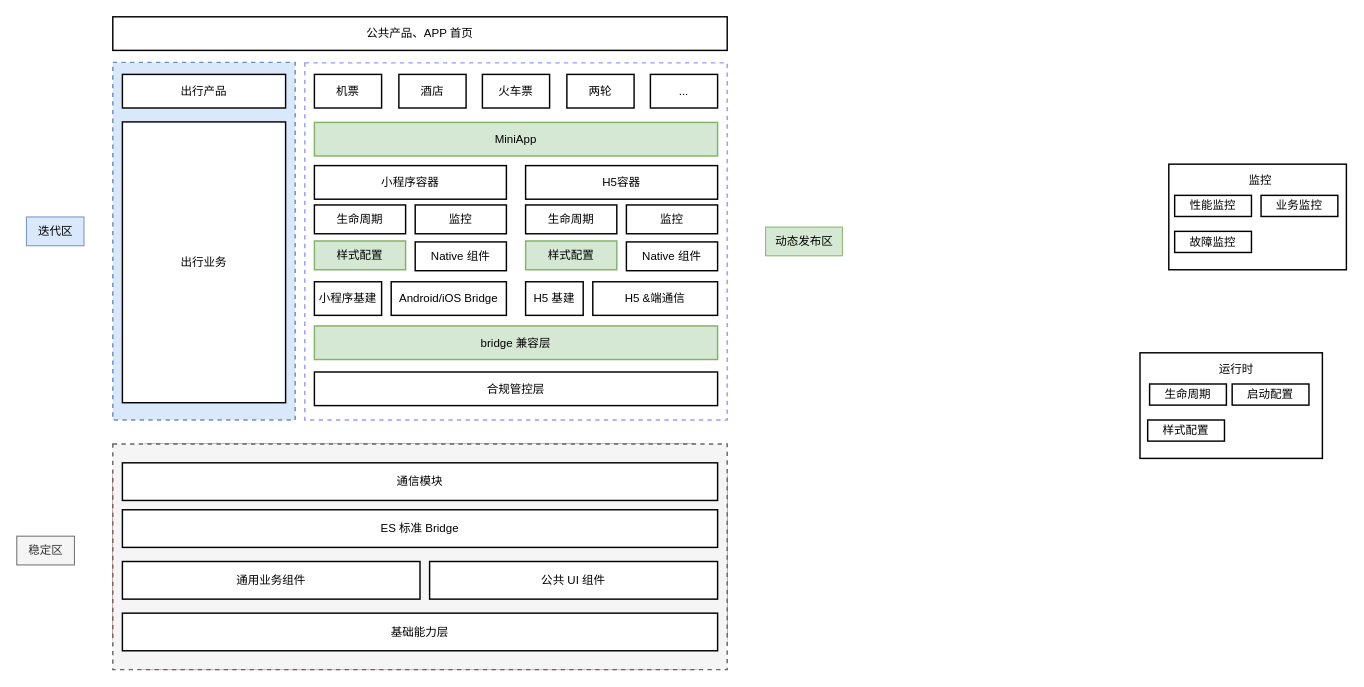
This is page "架构全景图" (3 of 4) of 未命名绘图.drawio from ashen-23/DrawIORepo, a draw.io file, before an edit. Source tidied: cells renumbered, new cells numbered last; positions are measured from the earlier drawing's top-left corner, leaving out a move shared by most shapes. Both pictures are drawn from the tidied source at 96%, with x=0, y=0 at pixel (16, 16).
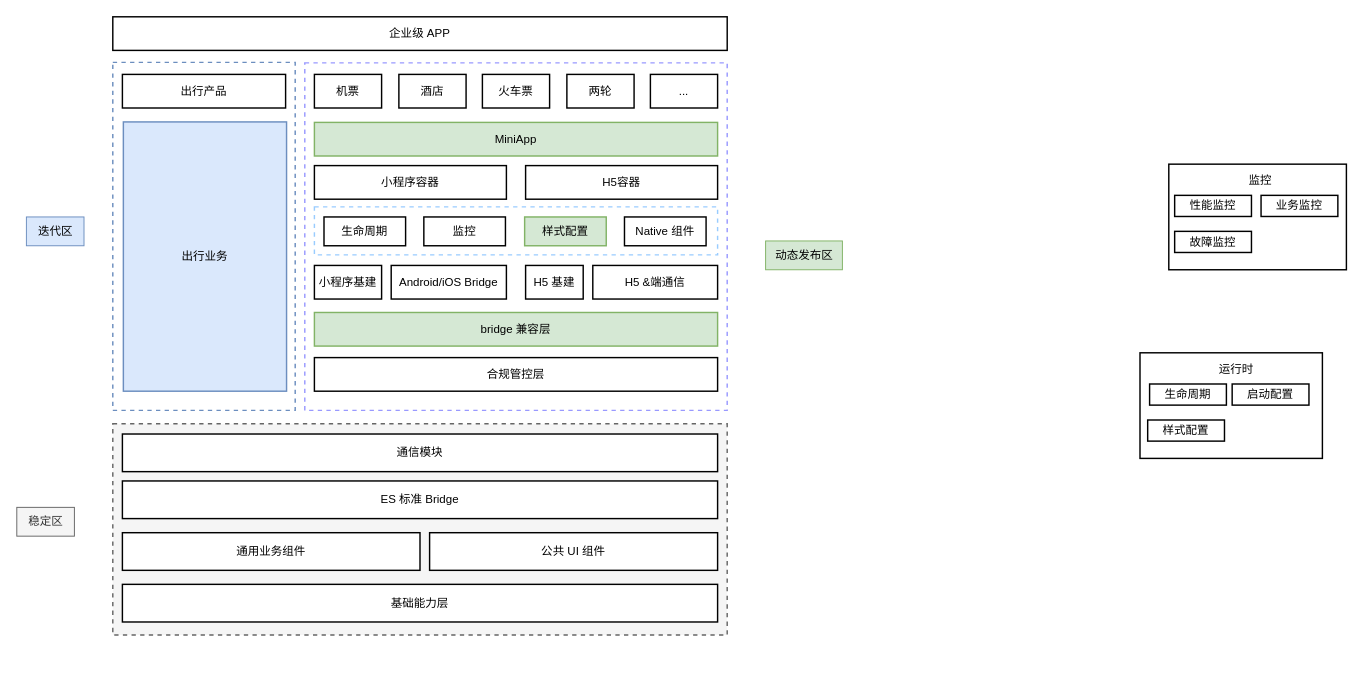
After the change.

Diff of the diagram source:
```diff
@@
+    <mxCell id="52" style="whiteSpace=wrap;html=1;rounded=0;shadow=0;glass=0;dashed=1;strokeColor=#99CCFF;strokeWidth=1.5;fontColor=#000000;fillColor=none;gradientColor=none;" parent="1" vertex="1">
+      <mxGeometry x="310" y="198" width="420" height="50" as="geometry" />
+    </mxCell>
-    <mxCell id="2" style="whiteSpace=wrap;html=1;dashed=1;strokeColor=#6c8ebf;strokeWidth=1.5;fillColor=#dae8fc;" parent="1" vertex="1">
-      <mxGeometry x="100" y="47.5" width="190" height="372.5" as="geometry" />
+    <mxCell id="2" style="whiteSpace=wrap;html=1;dashed=1;strokeColor=#6c8ebf;strokeWidth=1.5;fillColor=none;" parent="1" vertex="1">
+      <mxGeometry x="100" y="47.5" width="190" height="362.5" as="geometry" />
     </mxCell>
     <mxCell id="3" style="whiteSpace=wrap;html=1;strokeWidth=1.5;dashed=1;fillColor=none;strokeColor=#9999FF;" parent="1" vertex="1">
-      <mxGeometry x="300" y="48" width="440" height="372" as="geometry" />
+      <mxGeometry x="300" y="48" width="440" height="362" as="geometry" />
     </mxCell>
     <mxCell id="4" value="稳定区" style="text;html=1;align=center;verticalAlign=middle;strokeColor=#666666;fillColor=#f5f5f5;fontColor=#333333;" parent="1" vertex="1">
-      <mxGeometry y="541" width="60" height="30" as="geometry" />
+      <mxGeometry y="511" width="60" height="30" as="geometry" />
     </mxCell>
@@
     <mxCell id="6" value="动态发布区" style="text;html=1;align=center;verticalAlign=middle;strokeColor=#82b366;fillColor=#d5e8d4;" parent="1" vertex="1">
-      <mxGeometry x="780" y="219" width="80" height="30" as="geometry" />
+      <mxGeometry x="780" y="233.5" width="80" height="30" as="geometry" />
     </mxCell>
-    <mxCell id="7" value="公共产品、APP 首页" style="whiteSpace=wrap;html=1;strokeWidth=1.5;fontColor=#000000;fillColor=#FFFFFF;" parent="1" vertex="1">
+    <mxCell id="7" value="企业级 APP" style="whiteSpace=wrap;html=1;strokeWidth=1.5;fontColor=#000000;fillColor=#FFFFFF;" parent="1" vertex="1">
       <mxGeometry x="100" width="640" height="35" as="geometry" />
     </mxCell>
@@
     <mxCell id="9" value="bridge 兼容层" style="whiteSpace=wrap;html=1;strokeWidth=1.5;fillColor=#d5e8d4;strokeColor=#82b366;" parent="1" vertex="1">
-      <mxGeometry x="310" y="322" width="420" height="35" as="geometry" />
+      <mxGeometry x="310" y="308" width="420" height="35" as="geometry" />
     </mxCell>
@@
     <mxCell id="11" value="Android/iOS Bridge" style="whiteSpace=wrap;html=1;strokeWidth=1.5;fontColor=#000000;fillColor=#FFFFFF;" parent="1" vertex="1">
-      <mxGeometry x="390" y="276" width="120" height="35" as="geometry" />
+      <mxGeometry x="390" y="259" width="120" height="35" as="geometry" />
     </mxCell>
     <mxCell id="12" value="合规管控层" style="whiteSpace=wrap;html=1;strokeWidth=1.5;fontColor=#000000;fillColor=#FFFFFF;" parent="1" vertex="1">
-      <mxGeometry x="310" y="370" width="420" height="35" as="geometry" />
+      <mxGeometry x="310" y="355" width="420" height="35" as="geometry" />
     </mxCell>
     <mxCell id="13" value="小程序基建" style="whiteSpace=wrap;html=1;strokeWidth=1.5;fontColor=#000000;fillColor=#FFFFFF;" parent="1" vertex="1">
-      <mxGeometry x="310" y="276" width="70" height="35" as="geometry" />
+      <mxGeometry x="310" y="259" width="70" height="35" as="geometry" />
     </mxCell>
-    <mxCell id="14" value="出行产品" style="whiteSpace=wrap;html=1;strokeWidth=1.5;fontColor=#000000;fillColor=#FFFFFF;" parent="1" vertex="1">
+    <mxCell id="14" value="出行产品" style="whiteSpace=wrap;html=1;strokeWidth=1.5;" parent="1" vertex="1">
       <mxGeometry x="110" y="60" width="170" height="35" as="geometry" />
     </mxCell>
@@
-    <mxCell id="20" value="出行业务" style="whiteSpace=wrap;html=1;strokeWidth=1.5;" parent="1" vertex="1">
-      <mxGeometry x="110" y="109.5" width="170" height="292.5" as="geometry" />
+    <mxCell id="20" value="出行业务" style="whiteSpace=wrap;html=1;strokeWidth=1.5;fillColor=#dae8fc;strokeColor=#6c8ebf;" parent="1" vertex="1">
+      <mxGeometry x="111" y="109.5" width="170" height="280.5" as="geometry" />
     </mxCell>
@@
     <mxCell id="34" value="生命周期" style="whiteSpace=wrap;html=1;strokeWidth=1.5;" parent="1" vertex="1">
-      <mxGeometry x="310" y="196" width="95" height="30" as="geometry" />
+      <mxGeometry x="320" y="208.5" width="85" height="30" as="geometry" />
     </mxCell>
     <mxCell id="35" value="监控" style="whiteSpace=wrap;html=1;strokeWidth=1.5;" parent="1" vertex="1">
-      <mxGeometry x="415" y="196" width="95" height="30" as="geometry" />
+      <mxGeometry x="424" y="208.5" width="85" height="30" as="geometry" />
     </mxCell>
-    <mxCell id="36" value="样式配置" style="whiteSpace=wrap;html=1;strokeWidth=1.5;fillColor=#d5e8d4;strokeColor=#82b366;" parent="1" vertex="1">
-      <mxGeometry x="310" y="233.5" width="95" height="30" as="geometry" />
-    </mxCell>
-    <mxCell id="37" value="Native 组件" style="whiteSpace=wrap;html=1;strokeWidth=1.5;" parent="1" vertex="1">
-      <mxGeometry x="415" y="234.5" width="95" height="30" as="geometry" />
-    </mxCell>
-    <mxCell id="38" value="生命周期" style="whiteSpace=wrap;html=1;strokeWidth=1.5;" parent="1" vertex="1">
-      <mxGeometry x="530" y="196" width="95" height="30" as="geometry" />
-    </mxCell>
-    <mxCell id="39" value="监控" style="whiteSpace=wrap;html=1;strokeWidth=1.5;" parent="1" vertex="1">
-      <mxGeometry x="635" y="196" width="95" height="30" as="geometry" />
-    </mxCell>
     <mxCell id="40" value="样式配置" style="whiteSpace=wrap;html=1;strokeWidth=1.5;fillColor=#d5e8d4;strokeColor=#82b366;" parent="1" vertex="1">
-      <mxGeometry x="530" y="233.5" width="95" height="30" as="geometry" />
+      <mxGeometry x="529" y="208.5" width="85" height="30" as="geometry" />
     </mxCell>
     <mxCell id="41" value="Native 组件" style="whiteSpace=wrap;html=1;strokeWidth=1.5;" parent="1" vertex="1">
-      <mxGeometry x="635" y="234.5" width="95" height="30" as="geometry" />
+      <mxGeometry x="633" y="208.5" width="85" height="30" as="geometry" />
     </mxCell>
     <mxCell id="42" value="H5 基建" style="whiteSpace=wrap;html=1;strokeWidth=1.5;fontColor=#000000;fillColor=#FFFFFF;" parent="1" vertex="1">
-      <mxGeometry x="530" y="276" width="60" height="35" as="geometry" />
+      <mxGeometry x="530" y="259" width="60" height="35" as="geometry" />
     </mxCell>
     <mxCell id="43" value="H5 &amp;amp;端通信" style="whiteSpace=wrap;html=1;strokeWidth=1.5;fontColor=#000000;fillColor=#FFFFFF;" parent="1" vertex="1">
-      <mxGeometry x="600" y="276" width="130" height="35" as="geometry" />
+      <mxGeometry x="600" y="259" width="130" height="35" as="geometry" />
     </mxCell>
-    <mxCell id="44" style="group;" parent="1" vertex="1">
-      <mxGeometry x="100" y="445" width="640" height="235" as="geometry" />
-    </mxCell>
-    <mxCell id="45" style="group;fillColor=default;strokeColor=#b85450;rounded=1;shadow=0;glass=0;" parent="44" vertex="1">
-      <mxGeometry width="640" height="235" as="geometry" />
-    </mxCell>
+    <mxCell id="53" style="group;" parent="1" vertex="1">
+      <mxGeometry x="100" y="424" width="640" height="220" as="geometry" />
+    </mxCell>
-    <mxCell id="46" style="rounded=0;whiteSpace=wrap;html=1;strokeWidth=1.5;fontColor=#333333;fillColor=#f5f5f5;dashed=1;strokeColor=#666666;" parent="44" vertex="1">
-      <mxGeometry width="640" height="235" as="geometry" />
+    <mxCell id="46" style="rounded=0;whiteSpace=wrap;html=1;strokeWidth=1.5;fontColor=#333333;fillColor=#f5f5f5;dashed=1;strokeColor=#666666;" parent="53" vertex="1">
+      <mxGeometry width="640" height="220" as="geometry" />
     </mxCell>
-    <mxCell id="47" value="基础能力层" style="whiteSpace=wrap;html=1;strokeWidth=1.5;fontColor=#000000;fillColor=#FFFFFF;" parent="44" vertex="1">
-      <mxGeometry x="10" y="176.2" width="620" height="39.2" as="geometry" />
+    <mxCell id="47" value="基础能力层" style="whiteSpace=wrap;html=1;strokeWidth=1.5;fontColor=#000000;fillColor=#FFFFFF;" parent="53" vertex="1">
+      <mxGeometry x="10" y="167.2" width="620" height="39.2" as="geometry" />
     </mxCell>
-    <mxCell id="48" value="通用业务组件" style="whiteSpace=wrap;html=1;strokeWidth=1.5;fontColor=#000000;fillColor=#FFFFFF;" parent="44" vertex="1">
-      <mxGeometry x="10" y="122.4" width="310" height="39.2" as="geometry" />
+    <mxCell id="48" value="通用业务组件" style="whiteSpace=wrap;html=1;strokeWidth=1.5;fontColor=#000000;fillColor=#FFFFFF;" parent="53" vertex="1">
+      <mxGeometry x="10" y="113.4" width="310" height="39.2" as="geometry" />
     </mxCell>
-    <mxCell id="49" value="公共 UI 组件" style="whiteSpace=wrap;html=1;strokeWidth=1.5;fontColor=#000000;fillColor=#FFFFFF;" parent="44" vertex="1">
-      <mxGeometry x="330" y="122.4" width="300" height="39.2" as="geometry" />
+    <mxCell id="49" value="公共 UI 组件" style="whiteSpace=wrap;html=1;strokeWidth=1.5;fontColor=#000000;fillColor=#FFFFFF;" parent="53" vertex="1">
+      <mxGeometry x="330" y="113.4" width="300" height="39.2" as="geometry" />
     </mxCell>
-    <mxCell id="50" value="ES 标准 Bridge" style="whiteSpace=wrap;html=1;strokeWidth=1.5;fontColor=#000000;fillColor=#FFFFFF;" parent="44" vertex="1">
-      <mxGeometry x="10" y="68.5" width="620" height="39.2" as="geometry" />
+    <mxCell id="50" value="ES 标准 Bridge" style="whiteSpace=wrap;html=1;strokeWidth=1.5;fontColor=#000000;fillColor=#FFFFFF;" parent="53" vertex="1">
+      <mxGeometry x="10" y="59.5" width="620" height="39.2" as="geometry" />
     </mxCell>
-    <mxCell id="51" value="通信模块" style="whiteSpace=wrap;html=1;strokeWidth=1.5;fontColor=#000000;fillColor=#FFFFFF;" parent="44" vertex="1">
-      <mxGeometry x="10" y="19.6" width="620" height="39.2" as="geometry" />
+    <mxCell id="51" value="通信模块" style="whiteSpace=wrap;html=1;strokeWidth=1.5;fontColor=#000000;fillColor=#FFFFFF;" parent="53" vertex="1">
+      <mxGeometry x="10" y="10.6" width="620" height="39.2" as="geometry" />
     </mxCell>
```
